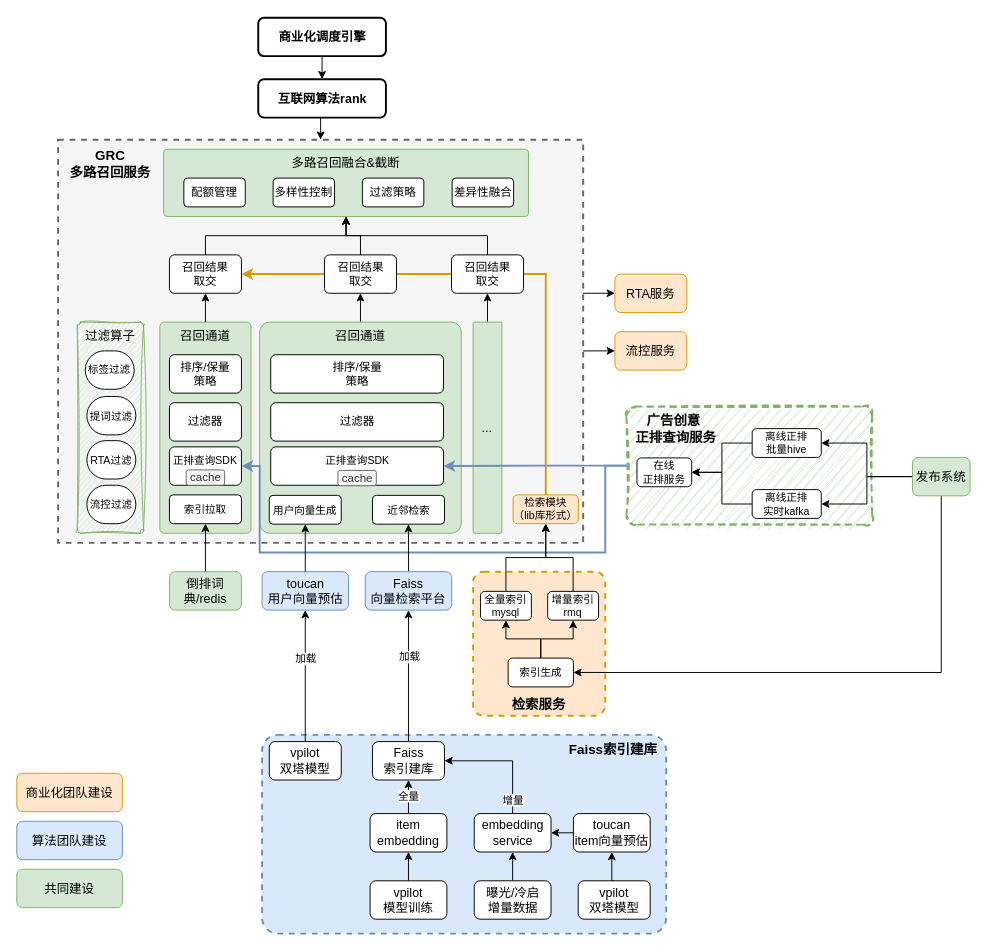
Before: page "第 6 页" (6 of 6) of 商业化召回.drawio in yantao006/draw_io, a draw.io diagram. Source tidied: cells renumbered, new cells numbered last; positions are measured from the earlier drawing's top-left corner, leaving out a move shared by most shapes. Both pictures are drawn from the tidied source at 96%, with x=0, y=0 at pixel (16, 17).
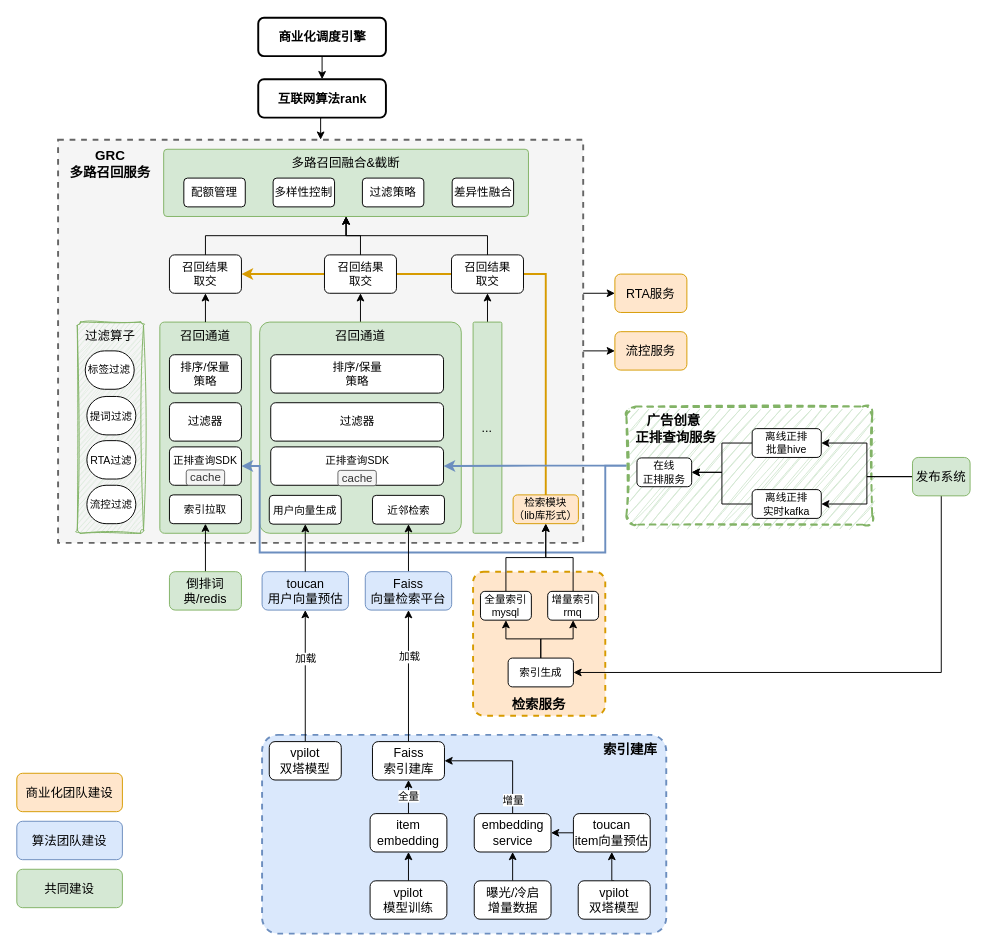
Above is the later version.

Diff of the diagram source:
```diff
@@
-    <mxCell id="40" value="&lt;b&gt;Faiss索引建库&amp;nbsp;&amp;nbsp;&lt;/b&gt;" style="rounded=1;whiteSpace=wrap;html=1;fontSize=14;fillColor=#dae8fc;dashed=1;strokeWidth=2;strokeColor=#6c8ebf;verticalAlign=top;align=right;arcSize=8;" parent="1" vertex="1">
+    <mxCell id="40" value="&lt;b&gt;索引建库&amp;nbsp;&amp;nbsp;&lt;/b&gt;" style="rounded=1;whiteSpace=wrap;html=1;fontSize=14;fillColor=#dae8fc;dashed=1;strokeWidth=2;strokeColor=#6c8ebf;verticalAlign=top;align=right;arcSize=8;" parent="1" vertex="1">
       <mxGeometry x="255.5" y="747" width="421" height="207" as="geometry" />
     </mxCell>
```
